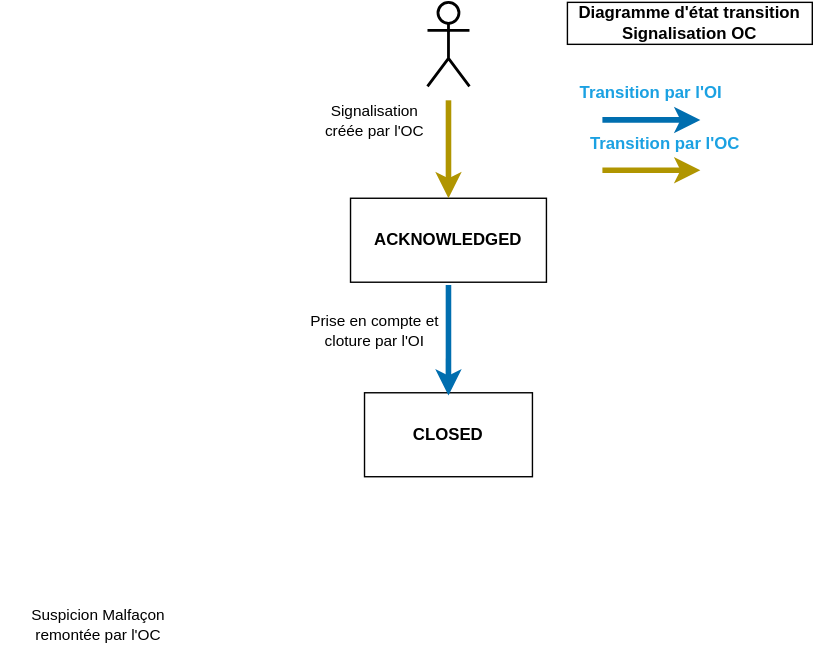
Before: statusOcOi.drawio.svg, a diagram exported from draw.io (before-interop/malfacon). Source tidied: cells renumbered, new cells last; positions are measured from the earlier drawing's top-left corner, leaving out a move shared by most shapes.
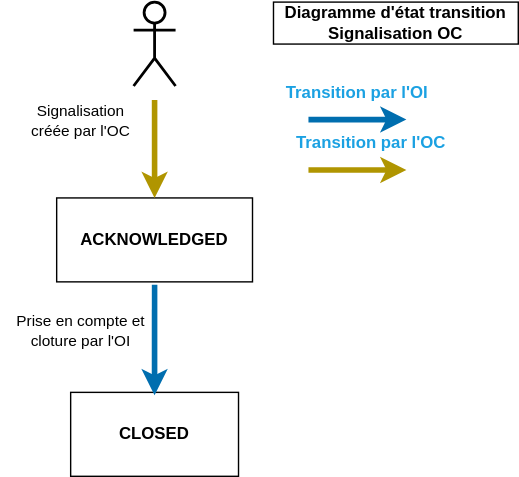
After the change.

Commit message:
Terminé_V0_A_communiquer

What changed in the source:
```diff
@@ -20,9 +20,6 @@
     <mxCell id="6" style="shape=umlActor;verticalLabelPosition=bottom;verticalAlign=top;html=1;fontColor=#1BA1E2;fontStyle=0;strokeWidth=2;" parent="1" vertex="1">
       <mxGeometry x="305" width="30" height="60" as="geometry" />
     </mxCell>
-    <mxCell id="7" value="Suspicion Malfaçon remontée par l'OC" style="text;html=1;strokeColor=none;fillColor=none;align=center;verticalAlign=middle;whiteSpace=wrap;rounded=0;fontSize=11;" parent="1" vertex="1">
-      <mxGeometry y="430" width="140" height="30" as="geometry" />
-    </mxCell>
     <mxCell id="8" value="Signalisation&lt;br&gt;créée par l'OC" style="text;html=1;strokeColor=none;fillColor=none;align=center;verticalAlign=middle;whiteSpace=wrap;rounded=0;fontSize=11;" parent="1" vertex="1">
       <mxGeometry x="210" y="70" width="115" height="30" as="geometry" />
     </mxCell>
```
